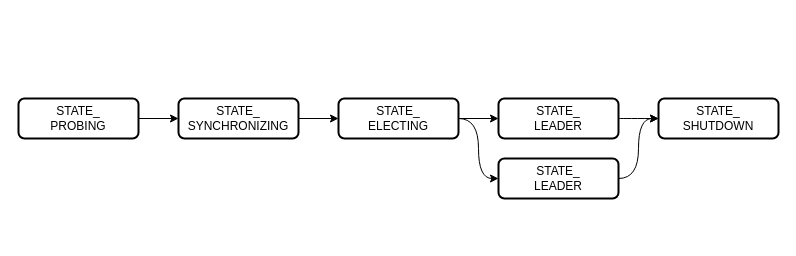
Earlier version of the draw.io diagram ceph/ceph-mon.drawio (EarthWind/deeparch). Source tidied: cells renumbered, new cells numbered last; positions are measured from the earlier drawing's top-left corner, leaving out a move shared by most shapes. Both pictures are drawn from the tidied source at 100%, with x=0, y=0 at pixel (18, 98).
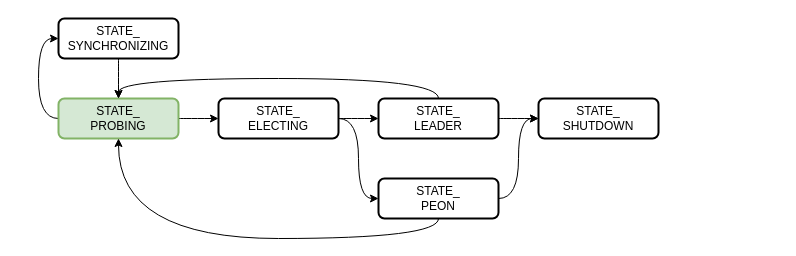
After the change.

Change to the diagram source:
```diff
@@
 <mxGraphModel>
   <root>
     <mxCell id="0" />
     <mxCell id="1" parent="0" />
-    <mxCell id="2" style="edgeStyle=orthogonalEdgeStyle;rounded=0;jettySize=auto;html=1;" parent="1" edge="1" source="3" target="5">
+    <mxCell id="2" style="edgeStyle=orthogonalEdgeStyle;curved=1;rounded=0;jettySize=auto;html=1;entryX=0;entryY=0.5;entryDx=0;entryDy=0;exitX=0;exitY=0.5;exitDx=0;exitDy=0;" parent="1" edge="1" source="3" target="5">
       <mxGeometry relative="1" as="geometry" />
     </mxCell>
+    <mxCell id="14" style="edgeStyle=orthogonalEdgeStyle;curved=1;rounded=0;jettySize=auto;html=1;entryX=0;entryY=0.5;entryDx=0;entryDy=0;" parent="1" edge="1" source="3" target="8">
+      <mxGeometry relative="1" as="geometry" />
+    </mxCell>
-    <mxCell id="3" value="STATE_&lt;br&gt;PROBING" style="rounded=1;whiteSpace=wrap;html=1;strokeWidth=2;fillWeight=4;hachureGap=8;hachureAngle=45;sketch=0;fillColor=#FFFFFF;" parent="1" vertex="1">
-      <mxGeometry width="120" height="40" as="geometry" />
+    <mxCell id="3" value="STATE_&lt;br&gt;PROBING" style="rounded=1;whiteSpace=wrap;html=1;strokeWidth=2;fillWeight=4;hachureGap=8;hachureAngle=45;sketch=0;fillColor=#d5e8d4;strokeColor=#82b366;" parent="1" vertex="1">
+      <mxGeometry x="40" width="120" height="40" as="geometry" />
     </mxCell>
-    <mxCell id="4" style="edgeStyle=orthogonalEdgeStyle;rounded=0;jettySize=auto;html=1;" parent="1" edge="1" source="5" target="8">
-      <mxGeometry relative="1" as="geometry" />
-    </mxCell>
+    <mxCell id="15" style="edgeStyle=orthogonalEdgeStyle;curved=1;rounded=0;jettySize=auto;html=1;" parent="1" edge="1" source="5" target="3">
+      <mxGeometry relative="1" as="geometry" />
+    </mxCell>
     <mxCell id="5" value="STATE_&lt;br&gt;SYNCHRONIZING" style="rounded=1;whiteSpace=wrap;html=1;strokeWidth=2;fillWeight=4;hachureGap=8;hachureAngle=45;sketch=0;fillColor=#FFFFFF;" parent="1" vertex="1">
-      <mxGeometry x="160" width="120" height="40" as="geometry" />
+      <mxGeometry x="40" y="-80" width="120" height="40" as="geometry" />
     </mxCell>
+    <mxCell id="7" style="edgeStyle=orthogonalEdgeStyle;rounded=0;jettySize=auto;html=1;entryX=0;entryY=0.5;entryDx=0;entryDy=0;curved=1;" parent="1" edge="1" source="8" target="12">
+      <mxGeometry relative="1" as="geometry" />
+    </mxCell>
-    <mxCell id="6" style="edgeStyle=orthogonalEdgeStyle;rounded=0;jettySize=auto;html=1;" parent="1" edge="1" source="8" target="10">
+    <mxCell id="6" style="edgeStyle=orthogonalEdgeStyle;curved=1;rounded=0;jettySize=auto;html=1;entryX=0;entryY=0.5;entryDx=0;entryDy=0;" parent="1" edge="1" source="8" target="10">
       <mxGeometry relative="1" as="geometry" />
     </mxCell>
-    <mxCell id="7" style="edgeStyle=orthogonalEdgeStyle;rounded=0;jettySize=auto;html=1;entryX=0;entryY=0.5;entryDx=0;entryDy=0;curved=1;" parent="1" edge="1" source="8" target="12">
-      <mxGeometry relative="1" as="geometry" />
-    </mxCell>
     <mxCell id="8" value="STATE_&lt;br&gt;ELECTING" style="rounded=1;whiteSpace=wrap;html=1;strokeWidth=2;fillWeight=4;hachureGap=8;hachureAngle=45;sketch=0;fillColor=#FFFFFF;" parent="1" vertex="1">
-      <mxGeometry x="320" width="120" height="40" as="geometry" />
+      <mxGeometry x="200" width="120" height="40" as="geometry" />
     </mxCell>
     <mxCell id="9" style="edgeStyle=orthogonalEdgeStyle;curved=1;rounded=0;jettySize=auto;html=1;" parent="1" edge="1" source="10" target="13">
       <mxGeometry relative="1" as="geometry" />
     </mxCell>
+    <mxCell id="16" style="edgeStyle=orthogonalEdgeStyle;curved=1;rounded=0;jettySize=auto;html=1;entryX=0.5;entryY=0;entryDx=0;entryDy=0;exitX=0.5;exitY=0;exitDx=0;exitDy=0;" parent="1" edge="1" source="10" target="3">
+      <mxGeometry relative="1" as="geometry" />
+    </mxCell>
     <mxCell id="10" value="STATE_&lt;br&gt;LEADER" style="rounded=1;whiteSpace=wrap;html=1;strokeWidth=2;fillWeight=4;hachureGap=8;hachureAngle=45;sketch=0;fillColor=#FFFFFF;" parent="1" vertex="1">
-      <mxGeometry x="480" width="120" height="40" as="geometry" />
+      <mxGeometry x="360" width="120" height="40" as="geometry" />
     </mxCell>
     <mxCell id="11" style="edgeStyle=orthogonalEdgeStyle;curved=1;rounded=0;jettySize=auto;html=1;entryX=0;entryY=0.5;entryDx=0;entryDy=0;" parent="1" edge="1" source="12" target="13">
       <mxGeometry relative="1" as="geometry" />
     </mxCell>
+    <mxCell id="17" style="edgeStyle=orthogonalEdgeStyle;curved=1;rounded=0;jettySize=auto;html=1;exitX=0.5;exitY=1;exitDx=0;exitDy=0;" parent="1" edge="1" source="12" target="3">
+      <mxGeometry relative="1" as="geometry" />
+    </mxCell>
-    <mxCell id="12" value="STATE_&lt;br&gt;LEADER" style="rounded=1;whiteSpace=wrap;html=1;strokeWidth=2;fillWeight=4;hachureGap=8;hachureAngle=45;sketch=0;fillColor=#FFFFFF;" parent="1" vertex="1">
-      <mxGeometry x="480" y="60" width="120" height="40" as="geometry" />
+    <mxCell id="12" value="STATE_&lt;br&gt;PEON" style="rounded=1;whiteSpace=wrap;html=1;strokeWidth=2;fillWeight=4;hachureGap=8;hachureAngle=45;sketch=0;fillColor=#FFFFFF;" parent="1" vertex="1">
+      <mxGeometry x="360" y="80" width="120" height="40" as="geometry" />
     </mxCell>
     <mxCell id="13" value="STATE_&lt;br&gt;SHUTDOWN" style="rounded=1;whiteSpace=wrap;html=1;strokeWidth=2;fillWeight=4;hachureGap=8;hachureAngle=45;sketch=0;fillColor=#FFFFFF;" parent="1" vertex="1">
-      <mxGeometry x="640" width="120" height="40" as="geometry" />
+      <mxGeometry x="520" width="120" height="40" as="geometry" />
     </mxCell>
   </root>
 </mxGraphModel>
```
